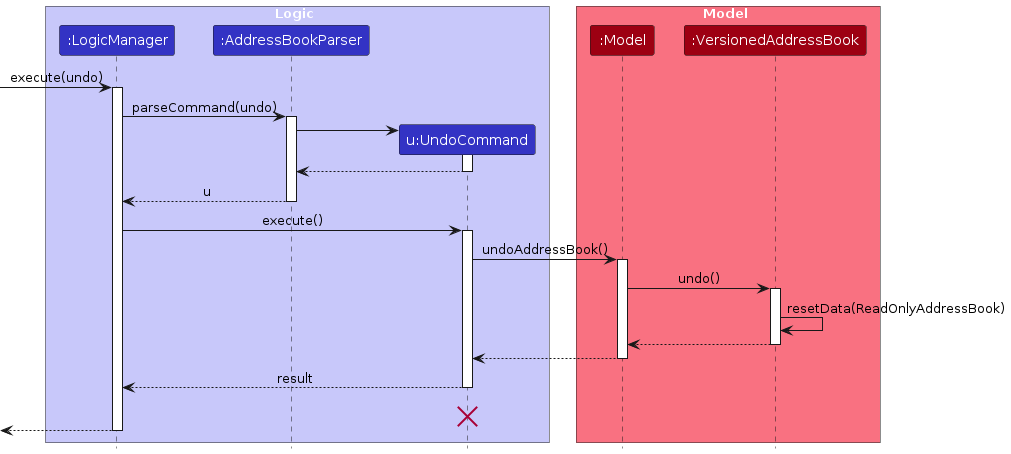
This is diagrams/UndoSequenceDiagram.png from ji-just-ji/tp, a PlantUML export, as it was before one commit. Its source is kept beside it as diagrams/UndoSequenceDiagram.puml. Its diagram source:
```plantuml
@startuml
!include style.puml
skinparam ArrowFontStyle plain

box Logic LOGIC_COLOR_T1
participant ":LogicManager" as LogicManager LOGIC_COLOR
participant ":AddressBookParser" as AddressBookParser LOGIC_COLOR
participant "u:UndoCommand" as UndoCommand LOGIC_COLOR
end box

box Model MODEL_COLOR_T1
participant ":Model" as Model MODEL_COLOR
participant ":VersionedAddressBook" as VersionedAddressBook MODEL_COLOR
end box
[-> LogicManager : execute(undo)
activate LogicManager

LogicManager -> AddressBookParser : parseCommand(undo)
activate AddressBookParser

create UndoCommand
AddressBookParser -> UndoCommand
activate UndoCommand

UndoCommand --> AddressBookParser
deactivate UndoCommand

AddressBookParser --> LogicManager : u
deactivate AddressBookParser

LogicManager -> UndoCommand : execute()
activate UndoCommand

UndoCommand -> Model : undoAddressBook()
activate Model

Model -> VersionedAddressBook : undo()
activate VersionedAddressBook

VersionedAddressBook -> VersionedAddressBook :resetData(ReadOnlyAddressBook)
VersionedAddressBook --> Model :
deactivate VersionedAddressBook

Model --> UndoCommand
deactivate Model

UndoCommand --> LogicManager : result
deactivate UndoCommand
UndoCommand -[hidden]-> LogicManager : result
destroy UndoCommand

[<--LogicManager
deactivate LogicManager
@enduml
```
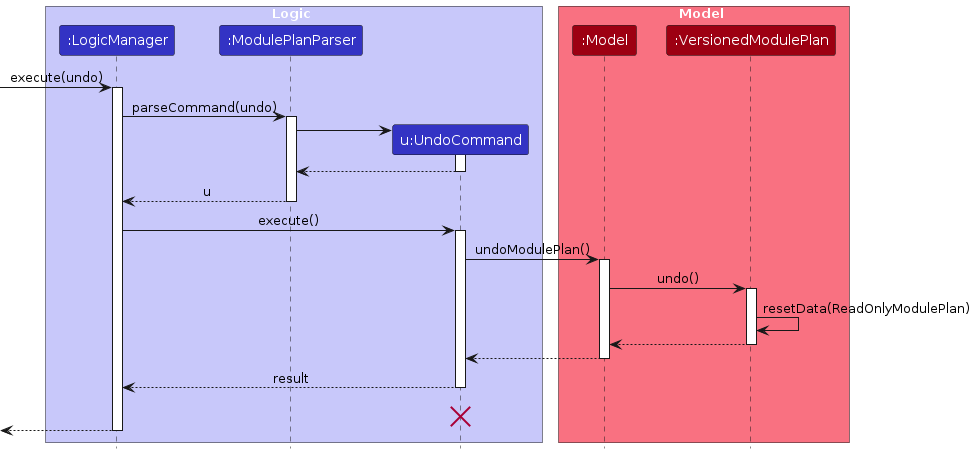
The same diagram one commit later.

The edit, as a diff of the source:
```diff
@@ -4,42 +4,42 @@
 
 box Logic LOGIC_COLOR_T1
 participant ":LogicManager" as LogicManager LOGIC_COLOR
-participant ":AddressBookParser" as AddressBookParser LOGIC_COLOR
+participant ":ModulePlanParser" as ModulePlanParser LOGIC_COLOR
 participant "u:UndoCommand" as UndoCommand LOGIC_COLOR
 end box
 
 box Model MODEL_COLOR_T1
 participant ":Model" as Model MODEL_COLOR
-participant ":VersionedAddressBook" as VersionedAddressBook MODEL_COLOR
+participant ":VersionedModulePlan" as VersionedModulePlan MODEL_COLOR
 end box
 [-> LogicManager : execute(undo)
 activate LogicManager
 
-LogicManager -> AddressBookParser : parseCommand(undo)
-activate AddressBookParser
+LogicManager -> ModulePlanParser : parseCommand(undo)
+activate ModulePlanParser
 
 create UndoCommand
-AddressBookParser -> UndoCommand
+ModulePlanParser -> UndoCommand
 activate UndoCommand
 
-UndoCommand --> AddressBookParser
+UndoCommand --> ModulePlanParser
 deactivate UndoCommand
 
-AddressBookParser --> LogicManager : u
-deactivate AddressBookParser
+ModulePlanParser --> LogicManager : u
+deactivate ModulePlanParser
 
 LogicManager -> UndoCommand : execute()
 activate UndoCommand
 
-UndoCommand -> Model : undoAddressBook()
+UndoCommand -> Model : undoModulePlan()
 activate Model
 
-Model -> VersionedAddressBook : undo()
-activate VersionedAddressBook
+Model -> VersionedModulePlan : undo()
+activate VersionedModulePlan
 
-VersionedAddressBook -> VersionedAddressBook :resetData(ReadOnlyAddressBook)
-VersionedAddressBook --> Model :
-deactivate VersionedAddressBook
+VersionedModulePlan -> VersionedModulePlan :resetData(ReadOnlyModulePlan)
+VersionedModulePlan --> Model :
+deactivate VersionedModulePlan
 
 Model --> UndoCommand
 deactivate Model
```
